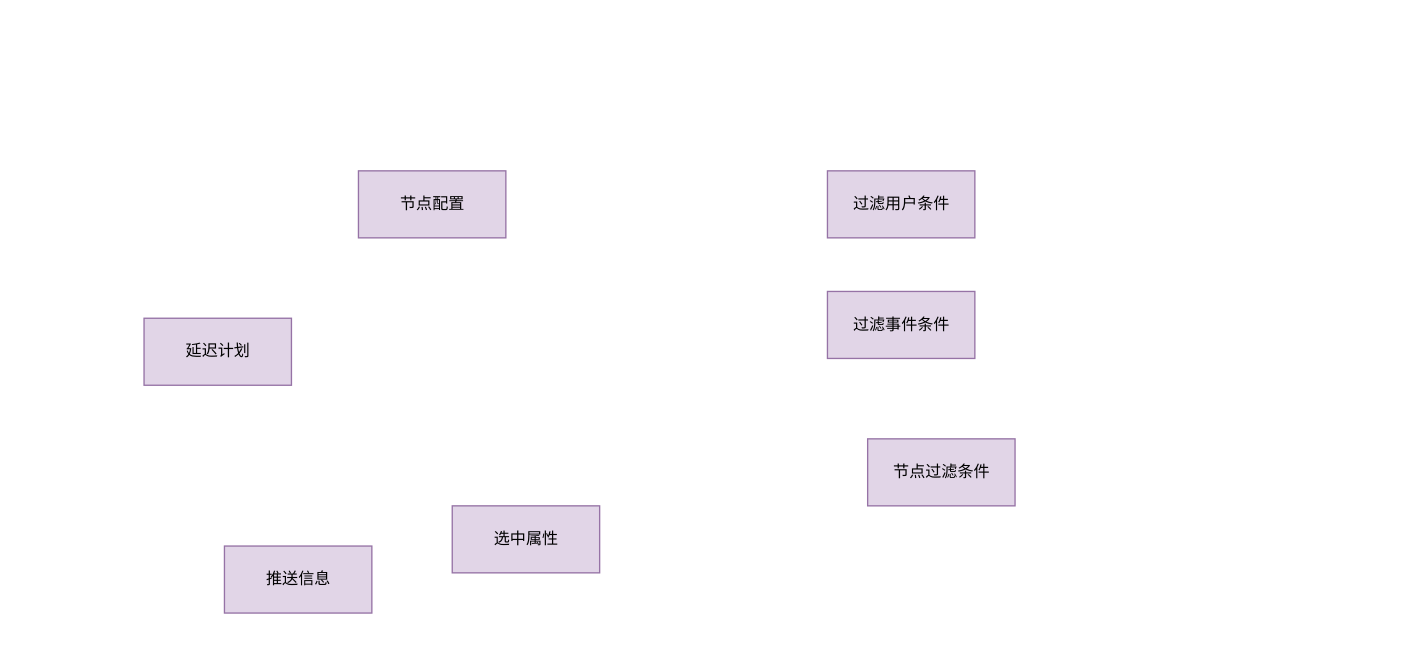
wangsenhehe/resources keeps this draw.io diagram as 火花思维/节点配置类图.drawio. Above is the earlier version. Source tidied: cells renumbered, new cells numbered last; positions are measured from the earlier drawing's top-left corner, leaving out a move shared by most shapes. Both pictures are drawn from the tidied source at 134%, with x=0, y=0 at pixel (143, 170).
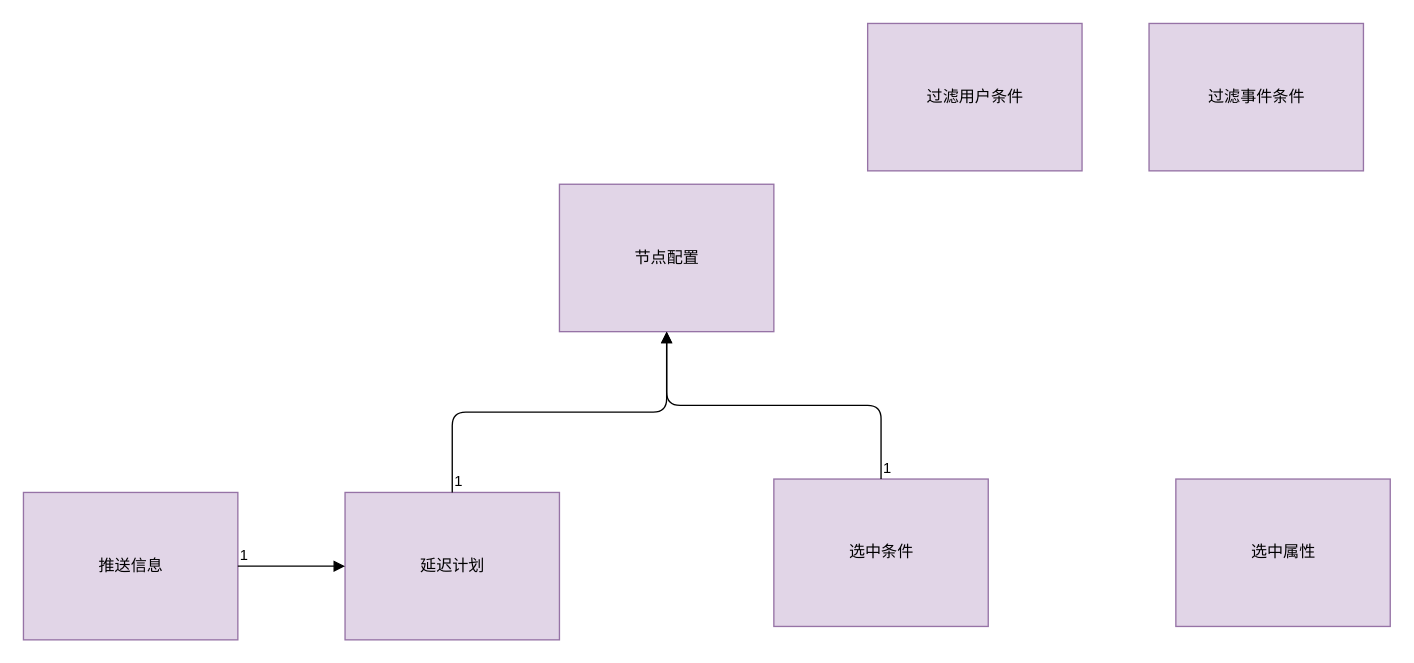
The same diagram, later.

Commit message (it also covers changes not shown here):
更新节点配置类图.drawio

Diff of the diagram source:
```diff
@@
 <mxGraphModel background="#ffffff">
   <root>
     <mxCell id="0" />
     <mxCell id="1" parent="0" />
     <mxCell id="2" value="节点配置" style="html=1;fillColor=#e1d5e7;strokeColor=#9673a6;imageWidth=200;" parent="1" vertex="1">
-      <mxGeometry x="160" width="110" height="50" as="geometry" />
+      <mxGeometry x="310" y="10" width="160" height="110" as="geometry" />
     </mxCell>
     <mxCell id="3" value="选中属性" style="html=1;fillColor=#e1d5e7;strokeColor=#9673a6;imageWidth=200;" parent="1" vertex="1">
-      <mxGeometry x="230" y="250" width="110" height="50" as="geometry" />
+      <mxGeometry x="770" y="230" width="160" height="110" as="geometry" />
     </mxCell>
-    <mxCell id="4" value="节点过滤条件" style="html=1;fillColor=#e1d5e7;strokeColor=#9673a6;imageWidth=200;" parent="1" vertex="1">
-      <mxGeometry x="540" y="200" width="110" height="50" as="geometry" />
+    <mxCell id="4" value="选中条件" style="html=1;fillColor=#e1d5e7;strokeColor=#9673a6;imageWidth=200;" parent="1" vertex="1">
+      <mxGeometry x="470" y="230" width="160" height="110" as="geometry" />
     </mxCell>
     <mxCell id="5" value="过滤事件条件" style="html=1;fillColor=#e1d5e7;strokeColor=#9673a6;imageWidth=200;" parent="1" vertex="1">
-      <mxGeometry x="510" y="90" width="110" height="50" as="geometry" />
+      <mxGeometry x="750" y="-110" width="160" height="110" as="geometry" />
     </mxCell>
     <mxCell id="6" value="过滤用户条件" style="html=1;fillColor=#e1d5e7;strokeColor=#9673a6;imageWidth=200;" parent="1" vertex="1">
-      <mxGeometry x="510" width="110" height="50" as="geometry" />
+      <mxGeometry x="540" y="-110" width="160" height="110" as="geometry" />
     </mxCell>
     <mxCell id="7" value="推送信息" style="html=1;fillColor=#e1d5e7;strokeColor=#9673a6;imageWidth=200;" parent="1" vertex="1">
-      <mxGeometry x="60" y="280" width="110" height="50" as="geometry" />
+      <mxGeometry x="-90" y="240" width="160" height="110" as="geometry" />
     </mxCell>
     <mxCell id="8" value="延迟计划" style="html=1;fillColor=#e1d5e7;strokeColor=#9673a6;imageWidth=200;" parent="1" vertex="1">
-      <mxGeometry y="110" width="110" height="50" as="geometry" />
+      <mxGeometry x="150" y="240" width="160" height="110" as="geometry" />
     </mxCell>
+    <mxCell id="9" style="endArrow=block;endFill=1;html=1;edgeStyle=orthogonalEdgeStyle;align=left;verticalAlign=top;entryX=0;entryY=0.5;entryDx=0;entryDy=0;exitX=1;exitY=0.5;exitDx=0;exitDy=0;" parent="1" edge="1" source="7" target="8">
+      <mxGeometry x="-1" relative="1" as="geometry" />
+    </mxCell>
+    <mxCell id="10" value="1" style="edgeLabel;html=1;align=left;verticalAlign=bottom;" parent="9" vertex="1">
+      <mxGeometry x="-1" relative="1" as="geometry" />
+    </mxCell>
+    <mxCell id="11" style="endArrow=block;endFill=1;html=1;edgeStyle=orthogonalEdgeStyle;align=left;verticalAlign=top;entryX=0.5;entryY=1;entryDx=0;entryDy=0;exitX=0.5;exitY=0;exitDx=0;exitDy=0;" parent="1" edge="1" source="8" target="2">
+      <mxGeometry x="-1" relative="1" as="geometry" />
+    </mxCell>
+    <mxCell id="12" value="1" style="edgeLabel;html=1;align=left;verticalAlign=bottom;" parent="11" vertex="1">
+      <mxGeometry x="-1" relative="1" as="geometry" />
+    </mxCell>
+    <mxCell id="13" style="endArrow=block;endFill=1;html=1;edgeStyle=orthogonalEdgeStyle;align=left;verticalAlign=top;entryX=0.5;entryY=1;entryDx=0;entryDy=0;exitX=0.5;exitY=0;exitDx=0;exitDy=0;" parent="1" edge="1" source="4" target="2">
+      <mxGeometry x="-1" relative="1" as="geometry" />
+    </mxCell>
+    <mxCell id="14" value="1" style="edgeLabel;html=1;align=left;verticalAlign=bottom;" parent="13" vertex="1">
+      <mxGeometry x="-1" relative="1" as="geometry" />
+    </mxCell>
   </root>
 </mxGraphModel>
```
